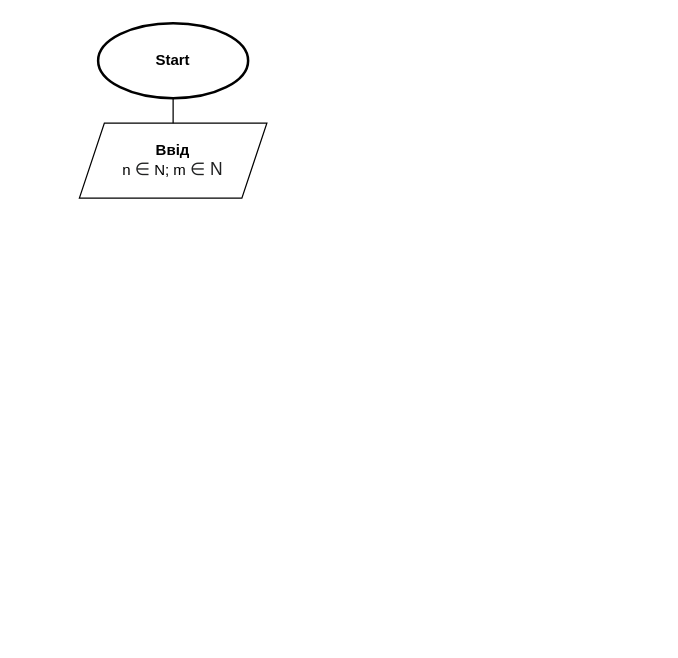
Earlier version of the draw.io diagram page "Lab01.2" (2 of 2) of Lab01/Lab01.1.drawio (w0nna/ads-bugreyev-kp13). Source tidied: cells renumbered, new cells numbered last; positions are measured from the earlier drawing's top-left corner, leaving out a move shared by most shapes. Both pictures are drawn from the tidied source at 125%, with x=0, y=0 at pixel (79, 22).
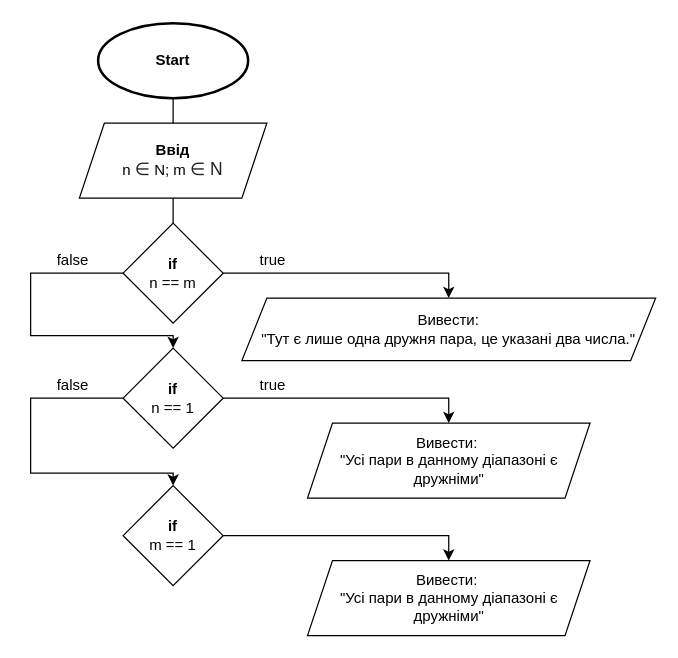
Above is the later version.

Unchanged cells that the change refers to:
```xml
<mxCell id="3" value="&lt;b&gt;Ввід&lt;/b&gt;&lt;br&gt;n&amp;nbsp;&lt;span style=&quot;color: rgb(32 , 33 , 34) ; font-family: sans-serif ; font-size: 14px ; background-color: rgb(255 , 255 , 255)&quot;&gt;∈&lt;/span&gt;&amp;nbsp;N; m&amp;nbsp;&lt;span style=&quot;color: rgb(32 , 33 , 34) ; font-family: sans-serif ; font-size: 14px ; background-color: rgb(255 , 255 , 255)&quot;&gt;∈ N&lt;/span&gt;" style="shape=parallelogram;perimeter=parallelogramPerimeter;whiteSpace=wrap;html=1;fixedSize=1;" parent="1" vertex="1">
  <mxGeometry y="80" width="150" height="60" as="geometry" />
</mxCell>
```

What changed in the source:
```diff
@@
+    <mxCell id="5" style="edgeStyle=orthogonalEdgeStyle;rounded=0;jettySize=auto;html=1;entryX=0.5;entryY=0;entryDx=0;entryDy=0;" parent="1" edge="1" source="7" target="9">
+      <mxGeometry relative="1" as="geometry">
+        <Array as="points">
+          <mxPoint x="296" y="200" />
+        </Array>
+      </mxGeometry>
+    </mxCell>
+    <mxCell id="6" style="edgeStyle=orthogonalEdgeStyle;rounded=0;jettySize=auto;html=1;entryX=0.5;entryY=0;entryDx=0;entryDy=0;startArrow=none;exitX=0;exitY=0.5;exitDx=0;exitDy=0;" parent="1" edge="1" source="7" target="13">
+      <mxGeometry relative="1" as="geometry">
+        <Array as="points">
+          <mxPoint x="-39" y="200" />
+          <mxPoint x="-39" y="250" />
+          <mxPoint x="75" y="250" />
+        </Array>
+      </mxGeometry>
+    </mxCell>
+    <mxCell id="7" value="&lt;b&gt;if&lt;/b&gt;&lt;br&gt;n == m" style="rhombus;whiteSpace=wrap;html=1;" parent="1" vertex="1">
+      <mxGeometry x="35" y="160" width="80" height="80" as="geometry" />
+    </mxCell>
+    <mxCell id="8" style="endArrow=none;html=1;entryX=0.5;entryY=1;entryDx=0;entryDy=0;exitX=0.5;exitY=0;exitDx=0;exitDy=0;" parent="1" edge="1" source="7" target="3">
+      <mxGeometry relative="1" as="geometry" />
+    </mxCell>
+    <mxCell id="9" value="Вивести:&lt;br&gt;&quot;Тут є лише одна дружня пара, це указані два числа.&quot;" style="shape=parallelogram;perimeter=parallelogramPerimeter;whiteSpace=wrap;html=1;fixedSize=1;align=center;" parent="1" vertex="1">
+      <mxGeometry x="130" y="220" width="331" height="50" as="geometry" />
+    </mxCell>
+    <mxCell id="10" value="true" style="text;html=1;strokeColor=none;fillColor=none;align=center;verticalAlign=middle;whiteSpace=wrap;rounded=0;" parent="1" vertex="1">
+      <mxGeometry x="135" y="180" width="40" height="20" as="geometry" />
+    </mxCell>
+    <mxCell id="11" style="edgeStyle=orthogonalEdgeStyle;rounded=0;jettySize=auto;html=1;entryX=0.5;entryY=0;entryDx=0;entryDy=0;" parent="1" edge="1" source="13" target="14">
+      <mxGeometry relative="1" as="geometry">
+        <Array as="points">
+          <mxPoint x="296" y="300" />
+        </Array>
+      </mxGeometry>
+    </mxCell>
+    <mxCell id="12" style="edgeStyle=orthogonalEdgeStyle;rounded=0;jettySize=auto;html=1;entryX=0.5;entryY=0;entryDx=0;entryDy=0;" parent="1" edge="1" source="13" target="16">
+      <mxGeometry relative="1" as="geometry">
+        <Array as="points">
+          <mxPoint x="-39" y="300" />
+          <mxPoint x="-39" y="360" />
+          <mxPoint x="75" y="360" />
+        </Array>
+      </mxGeometry>
+    </mxCell>
+    <mxCell id="13" value="&lt;b&gt;if&lt;/b&gt;&lt;br&gt;n == 1" style="rhombus;whiteSpace=wrap;html=1;" parent="1" vertex="1">
+      <mxGeometry x="35" y="260" width="80" height="80" as="geometry" />
+    </mxCell>
+    <mxCell id="14" value="Вивести:&amp;nbsp;&lt;br&gt;&quot;Усі пари в данному діапазоні є дружніми&quot;" style="shape=parallelogram;perimeter=parallelogramPerimeter;whiteSpace=wrap;html=1;fixedSize=1;" parent="1" vertex="1">
+      <mxGeometry x="182.5" y="320" width="226" height="60" as="geometry" />
+    </mxCell>
+    <mxCell id="15" style="edgeStyle=orthogonalEdgeStyle;rounded=0;jettySize=auto;html=1;entryX=0.5;entryY=0;entryDx=0;entryDy=0;" parent="1" edge="1" source="16" target="17">
+      <mxGeometry relative="1" as="geometry">
+        <Array as="points">
+          <mxPoint x="296" y="410" />
+        </Array>
+      </mxGeometry>
+    </mxCell>
+    <mxCell id="16" value="&lt;b&gt;if&lt;/b&gt;&lt;br&gt;m == 1" style="rhombus;whiteSpace=wrap;html=1;" parent="1" vertex="1">
+      <mxGeometry x="35" y="370" width="80" height="80" as="geometry" />
+    </mxCell>
+    <mxCell id="17" value="Вивести:&amp;nbsp;&lt;br&gt;&quot;Усі пари в данному діапазоні є дружніми&quot;" style="shape=parallelogram;perimeter=parallelogramPerimeter;whiteSpace=wrap;html=1;fixedSize=1;" parent="1" vertex="1">
+      <mxGeometry x="182.5" y="430" width="226" height="60" as="geometry" />
+    </mxCell>
+    <mxCell id="18" value="false" style="text;html=1;strokeColor=none;fillColor=none;align=center;verticalAlign=middle;whiteSpace=wrap;rounded=0;" parent="1" vertex="1">
+      <mxGeometry x="-25" y="180" width="40" height="20" as="geometry" />
+    </mxCell>
+    <mxCell id="19" value="false" style="text;html=1;strokeColor=none;fillColor=none;align=center;verticalAlign=middle;whiteSpace=wrap;rounded=0;" parent="1" vertex="1">
+      <mxGeometry x="-25" y="280" width="40" height="20" as="geometry" />
+    </mxCell>
+    <mxCell id="20" value="true" style="text;html=1;strokeColor=none;fillColor=none;align=center;verticalAlign=middle;whiteSpace=wrap;rounded=0;" parent="1" vertex="1">
+      <mxGeometry x="135" y="280" width="40" height="20" as="geometry" />
+    </mxCell>
```
